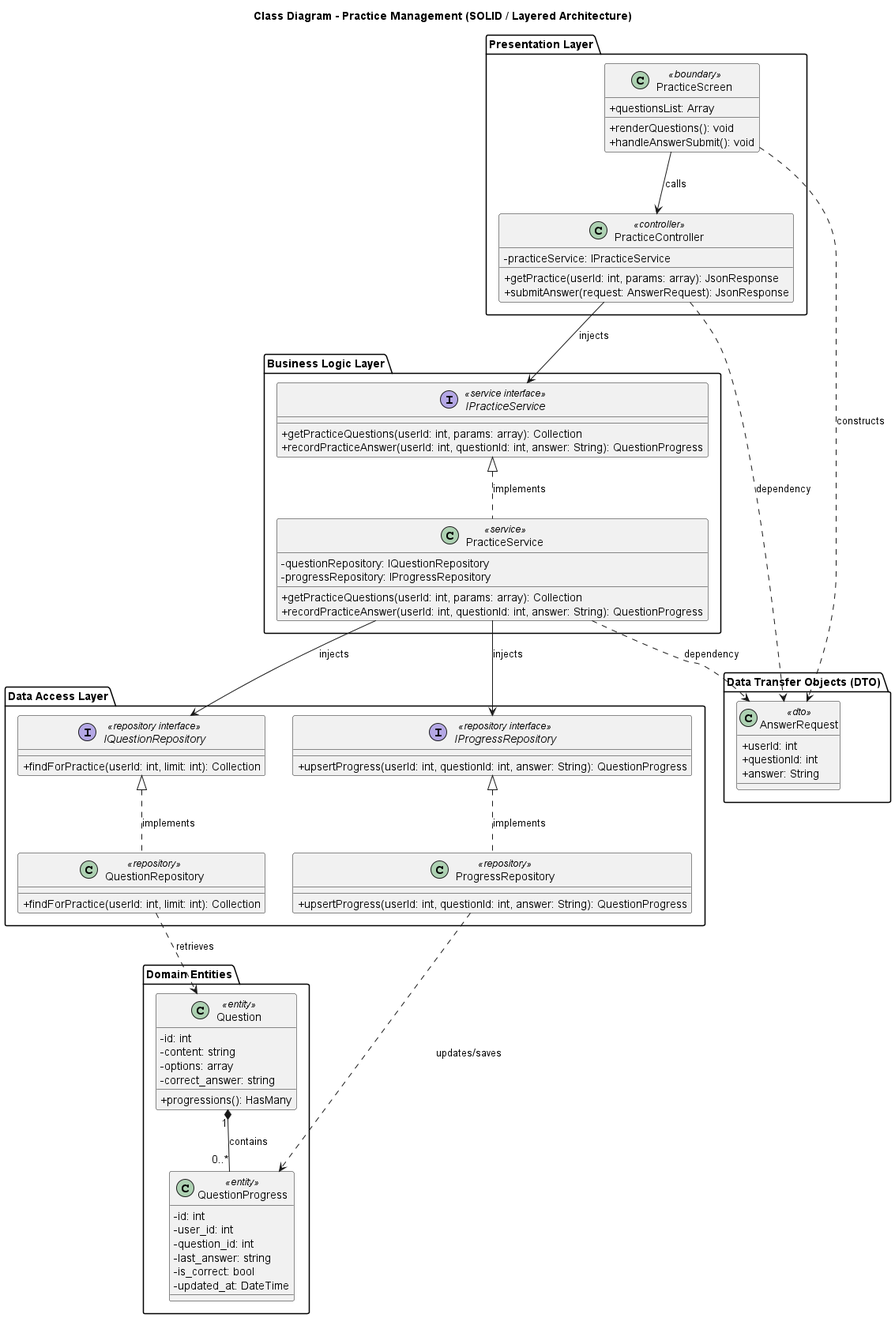
Faythpromax/E-Learning keeps this PlantUML diagram as out/resources/uml không màu/practice_flow/practice_management_class_diagram.png. Above is the earlier version. Its diagram source:
```plantuml
@startuml practice_management_class_diagram
skinparam componentStyle rectangle
skinparam classAttributeIconSize 0

title Class Diagram - Practice Management (SOLID / Layered Architecture)

package "Presentation Layer" {
    class PracticeScreen <<boundary>> {
        +questionsList: Array
        +renderQuestions(): void
        +handleAnswerSubmit(): void
    }

    class PracticeController <<controller>> {
        -practiceService: IPracticeService
        +getPractice(userId: int, params: array): JsonResponse
        +submitAnswer(request: AnswerRequest): JsonResponse
    }
}

package "Business Logic Layer" {
    interface IPracticeService <<service interface>> {
        +getPracticeQuestions(userId: int, params: array): Collection
        +recordPracticeAnswer(userId: int, questionId: int, answer: String): QuestionProgress
    }

    class PracticeService <<service>> {
        -questionRepository: IQuestionRepository
        -progressRepository: IProgressRepository
        +getPracticeQuestions(userId: int, params: array): Collection
        +recordPracticeAnswer(userId: int, questionId: int, answer: String): QuestionProgress
    }
}

package "Data Access Layer" {
    interface IQuestionRepository <<repository interface>> {
        +findForPractice(userId: int, limit: int): Collection
    }

    class QuestionRepository <<repository>> {
        +findForPractice(userId: int, limit: int): Collection
    }

    interface IProgressRepository <<repository interface>> {
        +upsertProgress(userId: int, questionId: int, answer: String): QuestionProgress
    }

    class ProgressRepository <<repository>> {
        +upsertProgress(userId: int, questionId: int, answer: String): QuestionProgress
    }
}

package "Data Transfer Objects (DTO)" {
    class AnswerRequest <<dto>> {
        +userId: int
        +questionId: int
        +answer: String
    }
}

package "Domain Entities" {
    class Question <<entity>> {
        -id: int
        -content: string
        -options: array
        -correct_answer: string
        +progressions(): HasMany
    }

    class QuestionProgress <<entity>> {
        -id: int
        -user_id: int
        -question_id: int
        -last_answer: string
        -is_correct: bool
        -updated_at: DateTime
    }
}


PracticeScreen ..> AnswerRequest : constructs
PracticeScreen --> PracticeController : calls

PracticeController --> IPracticeService : injects
PracticeController ..> AnswerRequest : dependency

PracticeService .up.|> IPracticeService : implements
PracticeService --> IQuestionRepository : injects
PracticeService --> IProgressRepository : injects
PracticeService ..> AnswerRequest : dependency

QuestionRepository .up.|> IQuestionRepository : implements
ProgressRepository .up.|> IProgressRepository : implements

QuestionRepository ..> Question : retrieves
ProgressRepository ..> QuestionProgress : updates/saves

Question "1" *-- "0..*" QuestionProgress : contains

@enduml
```
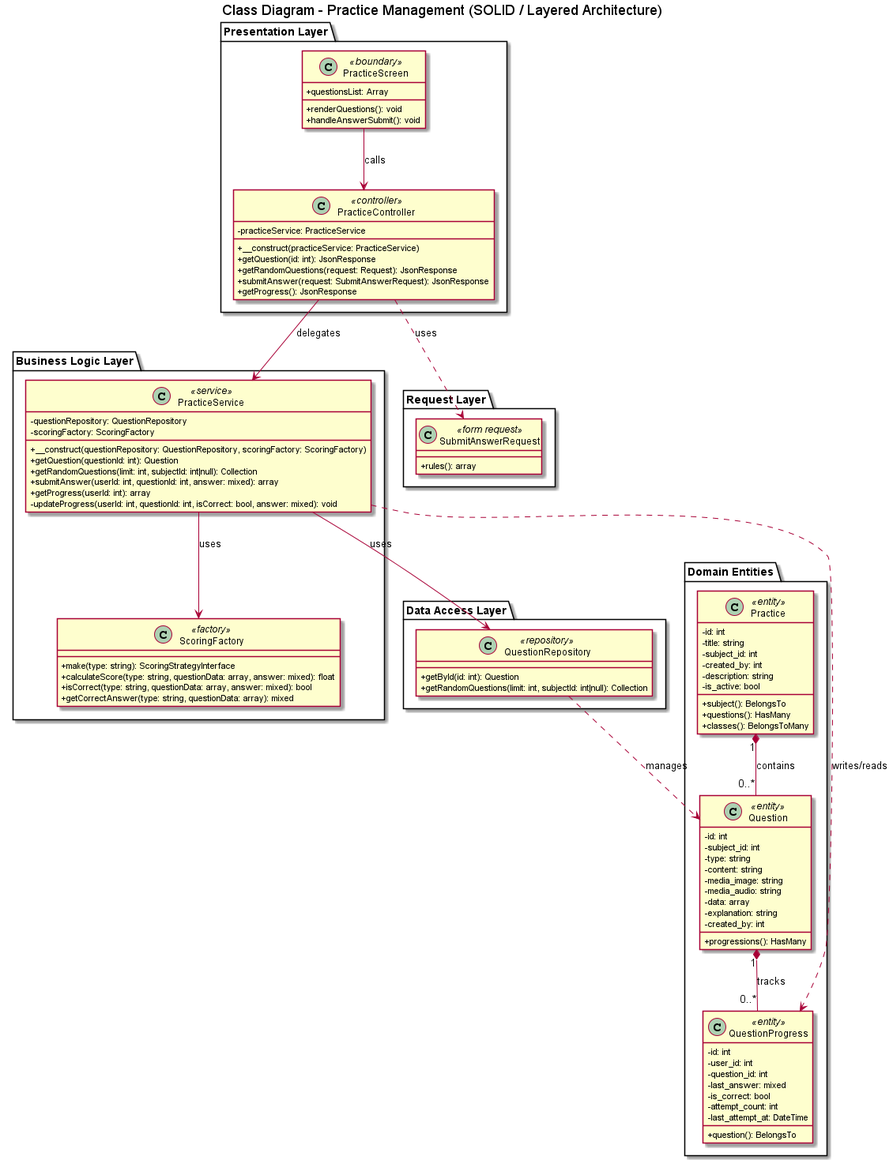
Later version of the same file.

What changed in the source:
```diff
@@ -12,58 +12,59 @@
     }
 
     class PracticeController <<controller>> {
-        -practiceService: IPracticeService
-        +getPractice(userId: int, params: array): JsonResponse
-        +submitAnswer(request: AnswerRequest): JsonResponse
+        -practiceService: PracticeService
+        +__construct(practiceService: PracticeService)
+        +getQuestion(id: int): JsonResponse
+        +getRandomQuestions(request: Request): JsonResponse
+        +submitAnswer(request: SubmitAnswerRequest): JsonResponse
+        +getProgress(): JsonResponse
     }
 }
 
 package "Business Logic Layer" {
-    interface IPracticeService <<service interface>> {
-        +getPracticeQuestions(userId: int, params: array): Collection
-        +recordPracticeAnswer(userId: int, questionId: int, answer: String): QuestionProgress
+    class PracticeService <<service>> {
+        -questionRepository: QuestionRepository
+        -scoringFactory: ScoringFactory
+        +__construct(questionRepository: QuestionRepository, scoringFactory: ScoringFactory)
+        +getQuestion(questionId: int): Question
+        +getRandomQuestions(limit: int, subjectId: int|null): Collection
+        +submitAnswer(userId: int, questionId: int, answer: mixed): array
+        +getProgress(userId: int): array
+        -updateProgress(userId: int, questionId: int, isCorrect: bool, answer: mixed): void
     }
 
-    class PracticeService <<service>> {
-        -questionRepository: IQuestionRepository
-        -progressRepository: IProgressRepository
-        +getPracticeQuestions(userId: int, params: array): Collection
-        +recordPracticeAnswer(userId: int, questionId: int, answer: String): QuestionProgress
+    class ScoringFactory <<factory>> {
+        +make(type: string): ScoringStrategyInterface
+        +calculateScore(type: string, questionData: array, answer: mixed): float
+        +isCorrect(type: string, questionData: array, answer: mixed): bool
+        +getCorrectAnswer(type: string, questionData: array): mixed
     }
 }
 
 package "Data Access Layer" {
-    interface IQuestionRepository <<repository interface>> {
-        +findForPractice(userId: int, limit: int): Collection
-    }
-
     class QuestionRepository <<repository>> {
-        +findForPractice(userId: int, limit: int): Collection
-    }
-
-    interface IProgressRepository <<repository interface>> {
-        +upsertProgress(userId: int, questionId: int, answer: String): QuestionProgress
-    }
-
-    class ProgressRepository <<repository>> {
-        +upsertProgress(userId: int, questionId: int, answer: String): QuestionProgress
+        +getById(id: int): Question
+        +getRandomQuestions(limit: int, subjectId: int|null): Collection
     }
 }
 
-package "Data Transfer Objects (DTO)" {
-    class AnswerRequest <<dto>> {
-        +userId: int
-        +questionId: int
-        +answer: String
+package "Request Layer" {
+    class SubmitAnswerRequest <<form request>> {
+        +rules(): array
     }
 }
 
 package "Domain Entities" {
     class Question <<entity>> {
         -id: int
+        -subject_id: int
+        -type: string
         -content: string
-        -options: array
-        -correct_answer: string
+        -media_image: string
+        -media_audio: string
+        -data: array
+        -explanation: string
+        -created_by: int
         +progressions(): HasMany
     }
 
@@ -71,30 +72,39 @@
         -id: int
         -user_id: int
         -question_id: int
-        -last_answer: string
+        -last_answer: mixed
         -is_correct: bool
-        -updated_at: DateTime
+        -attempt_count: int
+        -last_attempt_at: DateTime
+        +question(): BelongsTo
+    }
+
+    class Practice <<entity>> {
+        -id: int
+        -title: string
+        -subject_id: int
+        -created_by: int
+        -description: string
+        -is_active: bool
+        +subject(): BelongsTo
+        +questions(): HasMany
+        +classes(): BelongsToMany
     }
 }
 
 
-PracticeScreen ..> AnswerRequest : constructs
 PracticeScreen --> PracticeController : calls
 
-PracticeController --> IPracticeService : injects
-PracticeController ..> AnswerRequest : dependency
+PracticeController --> PracticeService : delegates
+PracticeController ..> SubmitAnswerRequest : uses
 
-PracticeService .up.|> IPracticeService : implements
-PracticeService --> IQuestionRepository : injects
-PracticeService --> IProgressRepository : injects
-PracticeService ..> AnswerRequest : dependency
+PracticeService --> QuestionRepository : uses
+PracticeService --> ScoringFactory : uses
+PracticeService ..> QuestionProgress : writes/reads
 
-QuestionRepository .up.|> IQuestionRepository : implements
-ProgressRepository .up.|> IProgressRepository : implements
+QuestionRepository ..> Question : manages
 
-QuestionRepository ..> Question : retrieves
-ProgressRepository ..> QuestionProgress : updates/saves
-
-Question "1" *-- "0..*" QuestionProgress : contains
+Question "1" *-- "0..*" QuestionProgress : tracks
+Practice "1" *-- "0..*" Question : contains
 
 @enduml
```
